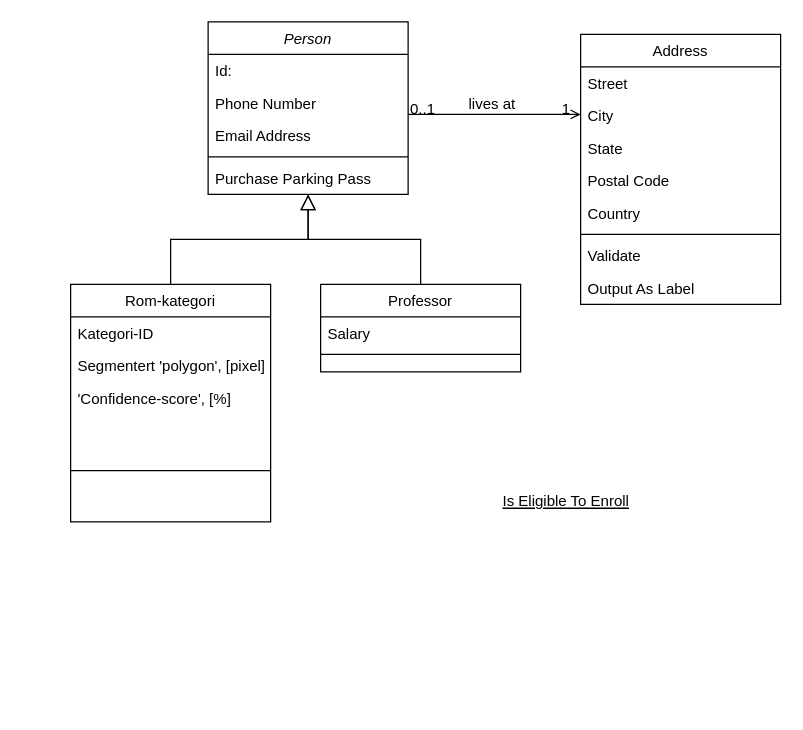
The draw.io diagram public/Untitled Diagram.drawio in Simenwai/simendiscovery, before the edit. Source tidied: cells renumbered, new cells numbered last; positions are measured from the earlier drawing's top-left corner, leaving out a move shared by most shapes. Both pictures are drawn from the tidied source at 125%, with x=0, y=0 at pixel (70, 21).
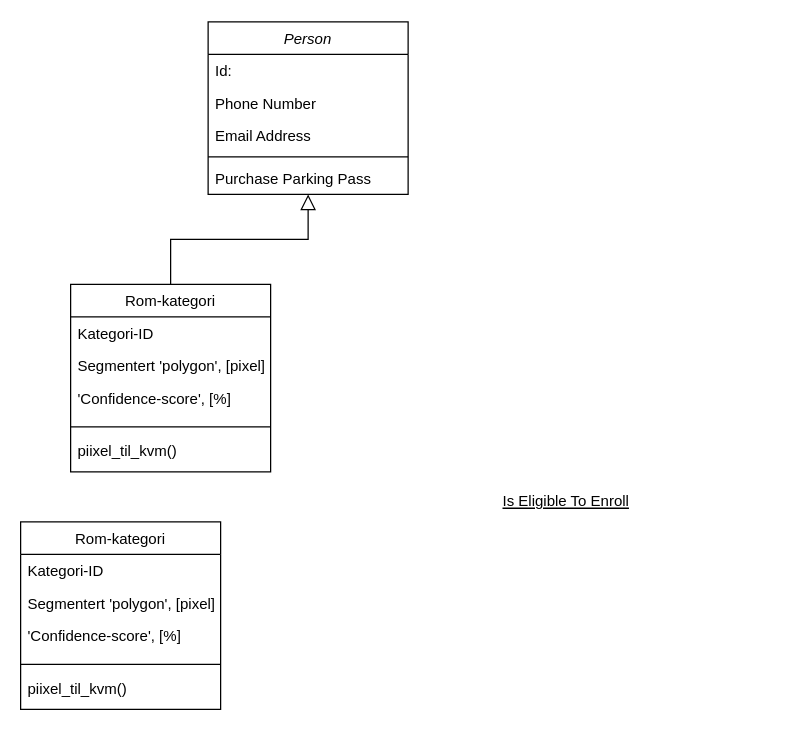
Above is the later version.

The change refers to these unchanged cells:
```xml
<mxCell id="2" value="Person" style="swimlane;fontStyle=2;align=center;verticalAlign=top;horizontal=1;startSize=26;rounded=0;shadow=0;strokeWidth=1;" parent="1" vertex="1">
  <mxGeometry x="110" width="160" height="138" as="geometry" />
</mxCell>
```

The edit, as a diff of the source:
```diff
@@
     <mxCell id="8" value="Rom-kategori" style="swimlane;fontStyle=0;align=center;verticalAlign=top;horizontal=1;startSize=26;rounded=0;shadow=0;strokeWidth=1;" parent="1" vertex="1">
-      <mxGeometry y="210" width="160" height="190" as="geometry" />
+      <mxGeometry y="210" width="160" height="150" as="geometry" />
     </mxCell>
@@
     <mxCell id="12" style="line;html=1;strokeWidth=1;align=left;verticalAlign=middle;spacingTop=-1;spacingLeft=3;spacingRight=3;labelPosition=right;" parent="8" vertex="1">
-      <mxGeometry y="108" width="160" height="82" as="geometry" />
+      <mxGeometry y="108" width="160" height="12" as="geometry" />
     </mxCell>
+    <mxCell id="32" value="piixel_til_kvm()" style="text;align=left;verticalAlign=top;spacingLeft=4;spacingRight=4;overflow=hidden;" parent="8" vertex="1">
+      <mxGeometry y="120" width="160" height="30" as="geometry" />
+    </mxCell>
@@
-    <mxCell id="14" value="Professor" style="swimlane;fontStyle=0;align=center;verticalAlign=top;horizontal=1;startSize=26;rounded=0;shadow=0;strokeWidth=1;" parent="1" vertex="1">
-      <mxGeometry x="200" y="210" width="160" height="70" as="geometry" />
-    </mxCell>
-    <mxCell id="15" value="Salary" style="text;align=left;verticalAlign=top;spacingLeft=4;spacingRight=4;overflow=hidden;" parent="14" vertex="1">
-      <mxGeometry y="26" width="160" height="26" as="geometry" />
-    </mxCell>
-    <mxCell id="16" style="line;html=1;strokeWidth=1;align=left;verticalAlign=middle;spacingTop=-1;spacingLeft=3;spacingRight=3;labelPosition=right;" parent="14" vertex="1">
-      <mxGeometry y="52" width="160" height="8" as="geometry" />
-    </mxCell>
-    <mxCell id="17" style="endArrow=block;endSize=10;endFill=0;shadow=0;strokeWidth=1;rounded=0;edgeStyle=elbowEdgeStyle;elbow=vertical;" parent="1" edge="1" source="14" target="2">
-      <mxGeometry relative="1" as="geometry" />
-    </mxCell>
-    <mxCell id="18" value="Address" style="swimlane;fontStyle=0;align=center;verticalAlign=top;horizontal=1;startSize=26;rounded=0;shadow=0;strokeWidth=1;" parent="1" vertex="1">
-      <mxGeometry x="408" y="10" width="160" height="216" as="geometry" />
-    </mxCell>
-    <mxCell id="19" value="Street" style="text;align=left;verticalAlign=top;spacingLeft=4;spacingRight=4;overflow=hidden;" parent="18" vertex="1">
-      <mxGeometry y="26" width="160" height="26" as="geometry" />
-    </mxCell>
-    <mxCell id="20" value="City" style="text;align=left;verticalAlign=top;spacingLeft=4;spacingRight=4;overflow=hidden;rounded=0;shadow=0;html=0;" parent="18" vertex="1">
-      <mxGeometry y="52" width="160" height="26" as="geometry" />
-    </mxCell>
-    <mxCell id="21" value="State" style="text;align=left;verticalAlign=top;spacingLeft=4;spacingRight=4;overflow=hidden;rounded=0;shadow=0;html=0;" parent="18" vertex="1">
-      <mxGeometry y="78" width="160" height="26" as="geometry" />
-    </mxCell>
-    <mxCell id="22" value="Postal Code" style="text;align=left;verticalAlign=top;spacingLeft=4;spacingRight=4;overflow=hidden;rounded=0;shadow=0;html=0;" parent="18" vertex="1">
-      <mxGeometry y="104" width="160" height="26" as="geometry" />
-    </mxCell>
-    <mxCell id="23" value="Country" style="text;align=left;verticalAlign=top;spacingLeft=4;spacingRight=4;overflow=hidden;rounded=0;shadow=0;html=0;" parent="18" vertex="1">
-      <mxGeometry y="130" width="160" height="26" as="geometry" />
-    </mxCell>
-    <mxCell id="24" style="line;html=1;strokeWidth=1;align=left;verticalAlign=middle;spacingTop=-1;spacingLeft=3;spacingRight=3;labelPosition=right;" parent="18" vertex="1">
-      <mxGeometry y="156" width="160" height="8" as="geometry" />
-    </mxCell>
-    <mxCell id="25" value="Validate" style="text;align=left;verticalAlign=top;spacingLeft=4;spacingRight=4;overflow=hidden;" parent="18" vertex="1">
-      <mxGeometry y="164" width="160" height="26" as="geometry" />
-    </mxCell>
-    <mxCell id="26" value="Output As Label" style="text;align=left;verticalAlign=top;spacingLeft=4;spacingRight=4;overflow=hidden;" parent="18" vertex="1">
-      <mxGeometry y="190" width="160" height="26" as="geometry" />
-    </mxCell>
-    <mxCell id="27" style="endArrow=open;shadow=0;strokeWidth=1;rounded=0;endFill=1;edgeStyle=elbowEdgeStyle;elbow=vertical;" parent="1" edge="1" source="2" target="18">
-      <mxGeometry x="0.5" y="41" relative="1" as="geometry">
-        <mxPoint x="-40" y="32" as="offset" />
-      </mxGeometry>
-    </mxCell>
-    <mxCell id="28" value="0..1" style="align=left;verticalAlign=bottom;labelBackgroundColor=none;fontSize=12;" parent="27" vertex="1">
-      <mxGeometry x="-1" relative="1" as="geometry">
-        <mxPoint y="4" as="offset" />
-      </mxGeometry>
-    </mxCell>
-    <mxCell id="29" value="1" style="align=right;verticalAlign=bottom;labelBackgroundColor=none;fontSize=12;" parent="27" vertex="1">
-      <mxGeometry x="1" relative="1" as="geometry">
-        <mxPoint x="-7" y="4" as="offset" />
-      </mxGeometry>
-    </mxCell>
-    <mxCell id="30" value="lives at" style="text;html=1;align=center;verticalAlign=middle;labelBackgroundColor=none;rounded=0;shadow=0;strokeWidth=1;fontSize=12;" parent="27" vertex="1">
-      <mxGeometry x="0.5" y="49" relative="1" as="geometry">
-        <mxPoint x="-38" y="40" as="offset" />
-      </mxGeometry>
-    </mxCell>
@@
+    <mxCell id="33" value="Rom-kategori" style="swimlane;fontStyle=0;align=center;verticalAlign=top;horizontal=1;startSize=26;rounded=0;shadow=0;strokeWidth=1;" parent="1" vertex="1">
+      <mxGeometry x="-40" y="400" width="160" height="150" as="geometry" />
+    </mxCell>
+    <mxCell id="34" value="Kategori-ID" style="text;align=left;verticalAlign=top;spacingLeft=4;spacingRight=4;overflow=hidden;" parent="33" vertex="1">
+      <mxGeometry y="26" width="160" height="26" as="geometry" />
+    </mxCell>
+    <mxCell id="35" value="Segmentert 'polygon', [pixel]&#10;&#10;&#10;" style="text;align=left;verticalAlign=top;spacingLeft=4;spacingRight=4;overflow=hidden;rounded=0;shadow=0;html=0;" parent="33" vertex="1">
+      <mxGeometry y="52" width="160" height="26" as="geometry" />
+    </mxCell>
+    <mxCell id="36" value="'Confidence-score', [%]" style="text;align=left;verticalAlign=top;spacingLeft=4;spacingRight=4;overflow=hidden;" parent="33" vertex="1">
+      <mxGeometry y="78" width="160" height="30" as="geometry" />
+    </mxCell>
+    <mxCell id="37" style="line;html=1;strokeWidth=1;align=left;verticalAlign=middle;spacingTop=-1;spacingLeft=3;spacingRight=3;labelPosition=right;" parent="33" vertex="1">
+      <mxGeometry y="108" width="160" height="12" as="geometry" />
+    </mxCell>
+    <mxCell id="38" value="piixel_til_kvm()" style="text;align=left;verticalAlign=top;spacingLeft=4;spacingRight=4;overflow=hidden;" parent="33" vertex="1">
+      <mxGeometry y="120" width="160" height="30" as="geometry" />
+    </mxCell>
```
